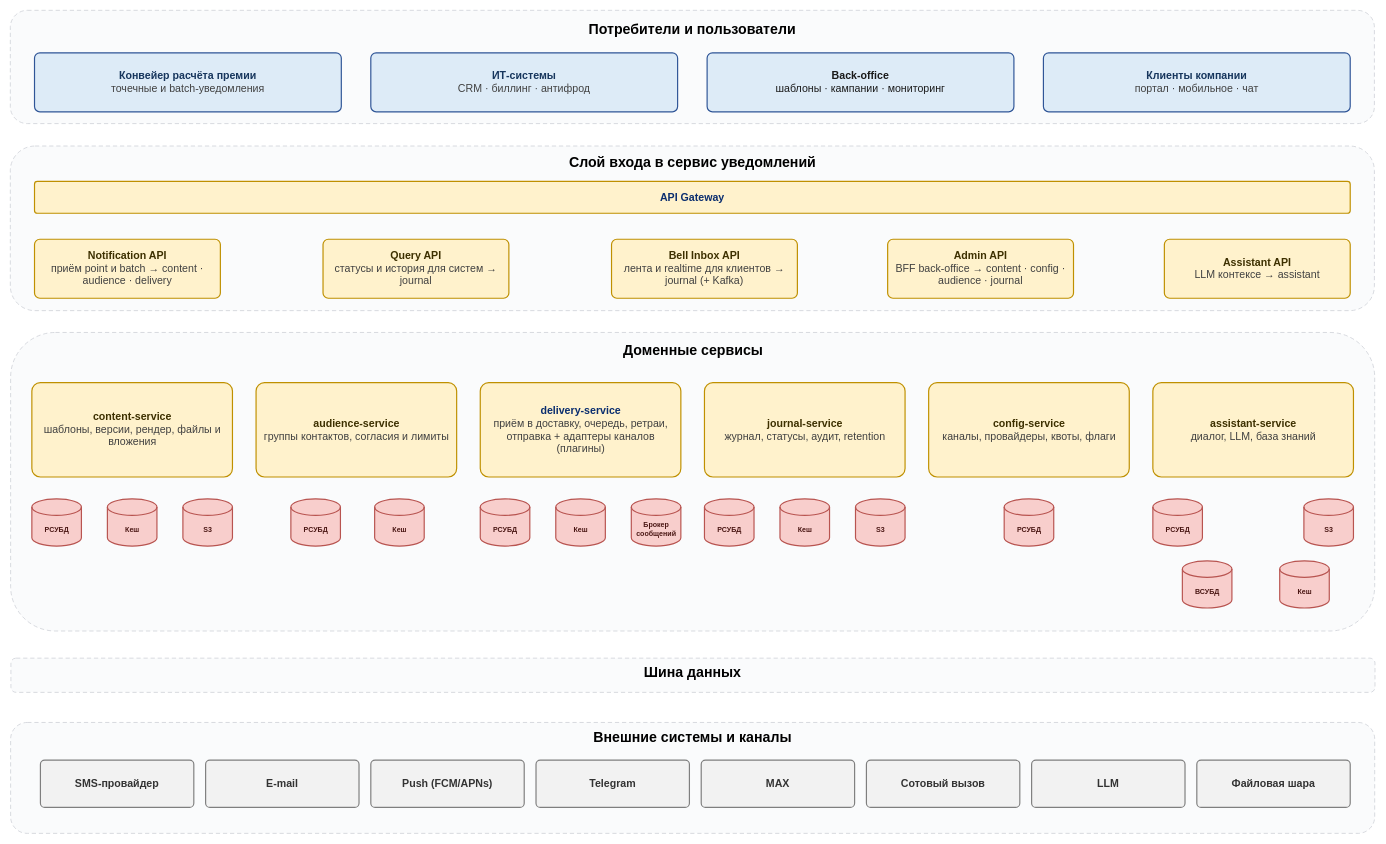
Earlier version of the draw.io diagram состав_системы_1_1.drawio (MikhailNv/sa-seminar). Source tidied: cells renumbered, new cells numbered last; positions are measured from the earlier drawing's top-left corner, leaving out a move shared by most shapes. Both pictures are drawn from the tidied source at 59%, with x=0, y=0 at pixel (10, 10).
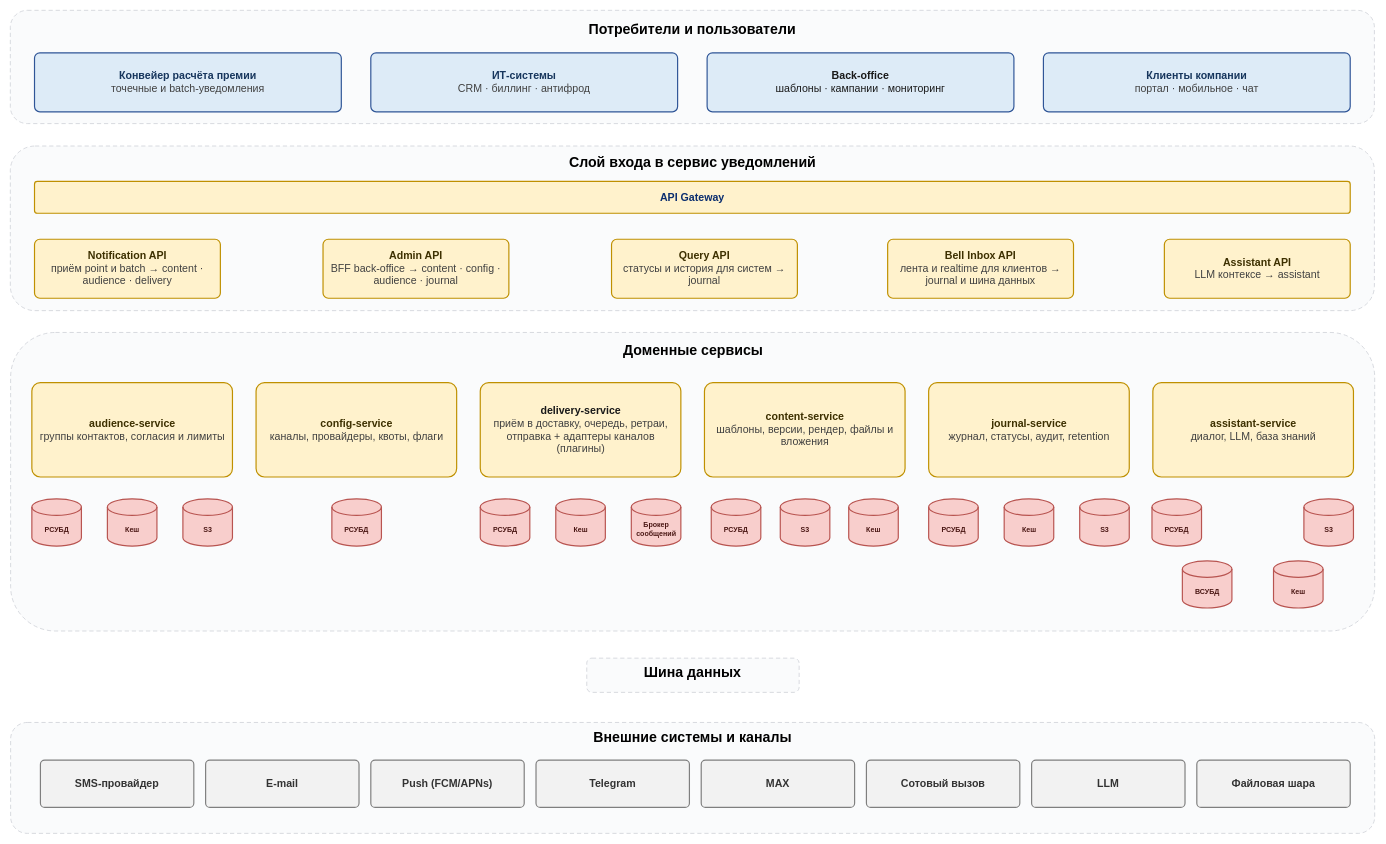
The same diagram, later.

Commit message:
Исправил взаимное расположение блоков относительно схемы 1.2

The edit, as a diff of the source:
```diff
@@
-    <mxCell id="12" value="&lt;font style=&quot;font-size: 18px;&quot;&gt;Query API&lt;br&gt;&lt;span style=&quot;font-weight: normal; color: rgb(64, 64, 64);&quot;&gt;статусы и история для систем → journal&lt;/span&gt;&lt;/font&gt;" style="rounded=1;arcSize=9;whiteSpace=wrap;html=1;fillColor=#FFF2CC;strokeColor=#BF9000;strokeWidth=2;fontColor=#3D3000;fontSize=12.5;fontStyle=1;align=center;verticalAlign=middle;spacing=4;" parent="1" vertex="1">
+    <mxCell id="12" value="&lt;span style=&quot;font-size: 18px;&quot;&gt;Admin API&lt;/span&gt;&lt;br&gt;&lt;div&gt;&lt;font style=&quot;font-size: 18px;&quot;&gt;&lt;span style=&quot;font-weight: normal; color: rgb(64, 64, 64);&quot;&gt;&lt;span style=&quot;color: rgb(64, 64, 64);&quot;&gt;BFF back-office → content · config · audience · journal&lt;/span&gt;&lt;br&gt;&lt;/span&gt;&lt;/font&gt;&lt;/div&gt;" style="rounded=1;arcSize=9;whiteSpace=wrap;html=1;fillColor=#FFF2CC;strokeColor=#BF9000;strokeWidth=2;fontColor=#3D3000;fontSize=12.5;fontStyle=1;align=center;verticalAlign=middle;spacing=4;" parent="1" vertex="1">
       <mxGeometry x="530" y="388" width="315" height="100" as="geometry" />
     </mxCell>
-    <mxCell id="13" value="&lt;font style=&quot;font-size: 18px;&quot;&gt;Bell Inbox API&lt;br&gt;&lt;span style=&quot;font-weight: normal; color: rgb(64, 64, 64);&quot;&gt;лента и realtime для клиентов → journal (+ Kafka)&lt;/span&gt;&lt;/font&gt;" style="rounded=1;arcSize=9;whiteSpace=wrap;html=1;fillColor=#FFF2CC;strokeColor=#BF9000;strokeWidth=2;fontColor=#3D3000;fontSize=12.5;fontStyle=1;align=center;verticalAlign=middle;spacing=4;" parent="1" vertex="1">
+    <mxCell id="13" value="&lt;span style=&quot;font-size: 18px;&quot;&gt;Query API&lt;/span&gt;&lt;br style=&quot;font-size: 18px;&quot;&gt;&lt;span style=&quot;font-size: 18px; font-weight: normal; color: rgb(64, 64, 64);&quot;&gt;статусы и история для систем → journal&lt;/span&gt;" style="rounded=1;arcSize=9;whiteSpace=wrap;html=1;fillColor=#FFF2CC;strokeColor=#BF9000;strokeWidth=2;fontColor=#3D3000;fontSize=12.5;fontStyle=1;align=center;verticalAlign=middle;spacing=4;" parent="1" vertex="1">
       <mxGeometry x="1019" y="388" width="315" height="100" as="geometry" />
     </mxCell>
-    <mxCell id="14" value="&lt;font style=&quot;font-size: 18px;&quot;&gt;Admin API&lt;br&gt;&lt;span style=&quot;font-weight: normal; color: rgb(64, 64, 64);&quot;&gt;BFF back-office → content · config · audience · journal&lt;/span&gt;&lt;/font&gt;" style="rounded=1;arcSize=9;whiteSpace=wrap;html=1;fillColor=#FFF2CC;strokeColor=#BF9000;strokeWidth=2;fontColor=#3D3000;fontSize=12.5;fontStyle=1;align=center;verticalAlign=middle;spacing=4;" parent="1" vertex="1">
+    <mxCell id="14" value="&lt;span style=&quot;font-size: 18px;&quot;&gt;Bell Inbox API&lt;/span&gt;&lt;br&gt;&lt;div&gt;&lt;font style=&quot;font-size: 18px;&quot;&gt;&lt;span style=&quot;font-weight: normal; color: rgb(64, 64, 64);&quot;&gt;&lt;span style=&quot;color: rgb(64, 64, 64);&quot;&gt;лента и realtime для клиентов → journal и шина данных&lt;/span&gt;&lt;br&gt;&lt;/span&gt;&lt;/font&gt;&lt;/div&gt;" style="rounded=1;arcSize=9;whiteSpace=wrap;html=1;fillColor=#FFF2CC;strokeColor=#BF9000;strokeWidth=2;fontColor=#3D3000;fontSize=12.5;fontStyle=1;align=center;verticalAlign=middle;spacing=4;" parent="1" vertex="1">
       <mxGeometry x="1487" y="388" width="315" height="100" as="geometry" />
     </mxCell>
-    <mxCell id="15" value="&lt;font style=&quot;font-size: 18px;&quot;&gt;content-service&lt;br&gt;&lt;span style=&quot;font-weight: normal; color: rgb(64, 64, 64);&quot;&gt;шаблоны, версии, рендер, файлы и вложения&lt;/span&gt;&lt;/font&gt;" style="rounded=1;arcSize=9;whiteSpace=wrap;html=1;fillColor=#FFF2CC;strokeColor=#BF9000;strokeWidth=2;fontColor=#3D3000;fontSize=12.0;fontStyle=1;align=center;verticalAlign=middle;spacing=4;" parent="1" vertex="1">
+    <mxCell id="15" value="&lt;div&gt;&lt;font style=&quot;font-size: 18px;&quot;&gt;&lt;span style=&quot;font-weight: normal; color: rgb(64, 64, 64);&quot;&gt;&lt;span style=&quot;color: rgb(61, 48, 0); font-weight: bold;&quot;&gt;audience-service&lt;/span&gt;&lt;br&gt;&lt;/span&gt;&lt;/font&gt;&lt;/div&gt;&lt;span style=&quot;font-size: 18px; font-weight: normal; color: rgb(64, 64, 64);&quot;&gt;группы контактов, согласия и лимиты&lt;/span&gt;" style="rounded=1;arcSize=9;whiteSpace=wrap;html=1;fillColor=#FFF2CC;strokeColor=#BF9000;strokeWidth=2;fontColor=#3D3000;fontSize=12.0;fontStyle=1;align=center;verticalAlign=middle;spacing=4;" parent="1" vertex="1">
       <mxGeometry x="36.5" y="631" width="340" height="160" as="geometry" />
     </mxCell>
-    <mxCell id="16" value="&lt;font style=&quot;font-size: 18px;&quot;&gt;audience-service&lt;br&gt;&lt;span style=&quot;font-weight: normal; color: rgb(64, 64, 64);&quot;&gt;группы контактов, согласия и лимиты&lt;/span&gt;&lt;/font&gt;" style="rounded=1;arcSize=9;whiteSpace=wrap;html=1;fillColor=#FFF2CC;strokeColor=#BF9000;strokeWidth=2;fontColor=#3D3000;fontSize=12.0;fontStyle=1;align=center;verticalAlign=middle;spacing=4;" parent="1" vertex="1">
+    <mxCell id="16" value="&lt;span style=&quot;font-size: 18px;&quot;&gt;config-service&lt;/span&gt;&lt;br&gt;&lt;div&gt;&lt;font style=&quot;font-size: 18px;&quot;&gt;&lt;span style=&quot;font-weight: normal; color: rgb(64, 64, 64);&quot;&gt;&lt;span style=&quot;color: rgb(64, 64, 64);&quot;&gt;каналы, провайдеры, квоты, флаги&lt;/span&gt;&lt;/span&gt;&lt;/font&gt;&lt;/div&gt;" style="rounded=1;arcSize=9;whiteSpace=wrap;html=1;fillColor=#FFF2CC;strokeColor=#BF9000;strokeWidth=2;fontColor=#3D3000;fontSize=12.0;fontStyle=1;align=center;verticalAlign=middle;spacing=4;" parent="1" vertex="1">
       <mxGeometry x="416.5" y="631" width="340" height="160" as="geometry" />
     </mxCell>
-    <mxCell id="17" value="&lt;font style=&quot;font-size: 18px;&quot;&gt;delivery-service&lt;br&gt;&lt;span style=&quot;font-weight: normal; color: rgb(64, 64, 64);&quot;&gt;приём в доставку, очередь, ретраи, отправка + адаптеры каналов (плагины)&lt;/span&gt;&lt;/font&gt;" style="rounded=1;arcSize=9;whiteSpace=wrap;html=1;fillColor=#FFF2CC;strokeColor=#BF9000;strokeWidth=2;fontColor=#0B2E6F;fontSize=12.0;fontStyle=1;align=center;verticalAlign=middle;spacing=4;" parent="1" vertex="1">
+    <mxCell id="17" value="&lt;font style=&quot;font-size: 18px;&quot;&gt;&lt;span style=&quot;color: rgb(26, 26, 26);&quot;&gt;delivery-service&lt;br&gt;&lt;/span&gt;&lt;span style=&quot;font-weight: normal; color: rgb(64, 64, 64);&quot;&gt;приём в доставку, очередь, ретраи, отправка + адаптеры каналов (плагины)&lt;/span&gt;&lt;/font&gt;" style="rounded=1;arcSize=9;whiteSpace=wrap;html=1;fillColor=#FFF2CC;strokeColor=#BF9000;strokeWidth=2;fontColor=#0B2E6F;fontSize=12.0;fontStyle=1;align=center;verticalAlign=middle;spacing=4;" parent="1" vertex="1">
       <mxGeometry x="796.5" y="631" width="340" height="160" as="geometry" />
     </mxCell>
-    <mxCell id="18" value="&lt;font style=&quot;font-size: 18px;&quot;&gt;journal-service&lt;br&gt;&lt;span style=&quot;font-weight: normal; color: rgb(64, 64, 64);&quot;&gt;журнал, статусы, аудит, retention&lt;/span&gt;&lt;/font&gt;" style="rounded=1;arcSize=9;whiteSpace=wrap;html=1;fillColor=#FFF2CC;strokeColor=#BF9000;strokeWidth=2;fontColor=#3D3000;fontSize=12.0;fontStyle=1;align=center;verticalAlign=middle;spacing=4;" parent="1" vertex="1">
+    <mxCell id="18" value="&lt;div&gt;&lt;span style=&quot;font-size: 18px;&quot;&gt;content-service&lt;/span&gt;&lt;br&gt;&lt;/div&gt;&lt;div&gt;&lt;span style=&quot;font-size: 18px; font-weight: normal; color: rgb(64, 64, 64);&quot;&gt;&lt;span style=&quot;color: rgb(64, 64, 64);&quot;&gt;шаблоны, версии, рендер, файлы и вложения&lt;/span&gt;&lt;br&gt;&lt;/span&gt;&lt;/div&gt;" style="rounded=1;arcSize=9;whiteSpace=wrap;html=1;fillColor=#FFF2CC;strokeColor=#BF9000;strokeWidth=2;fontColor=#3D3000;fontSize=12.0;fontStyle=1;align=center;verticalAlign=middle;spacing=4;" parent="1" vertex="1">
       <mxGeometry x="1176.5" y="631" width="340" height="160" as="geometry" />
     </mxCell>
-    <mxCell id="19" value="&lt;font style=&quot;font-size: 18px;&quot;&gt;config-service&lt;br&gt;&lt;span style=&quot;font-weight: normal; color: rgb(64, 64, 64);&quot;&gt;каналы, провайдеры, квоты, флаги&lt;/span&gt;&lt;/font&gt;" style="rounded=1;arcSize=9;whiteSpace=wrap;html=1;fillColor=#FFF2CC;strokeColor=#BF9000;strokeWidth=2;fontColor=#3D3000;fontSize=12.0;fontStyle=1;align=center;verticalAlign=middle;spacing=4;" parent="1" vertex="1">
+    <mxCell id="19" value="&lt;span style=&quot;font-size: 18px;&quot;&gt;journal-service&lt;/span&gt;&lt;br style=&quot;font-size: 18px;&quot;&gt;&lt;span style=&quot;font-size: 18px; font-weight: normal; color: rgb(64, 64, 64);&quot;&gt;журнал, статусы, аудит, retention&lt;/span&gt;" style="rounded=1;arcSize=9;whiteSpace=wrap;html=1;fillColor=#FFF2CC;strokeColor=#BF9000;strokeWidth=2;fontColor=#3D3000;fontSize=12.0;fontStyle=1;align=center;verticalAlign=middle;spacing=4;" parent="1" vertex="1">
       <mxGeometry x="1556.5" y="631" width="340" height="160" as="geometry" />
     </mxCell>
@@
     <mxCell id="36" value="&lt;font style=&quot;font-size: 12px;&quot;&gt;РСУБД&lt;/font&gt;" style="shape=cylinder3;boundedLbl=1;backgroundOutline=1;size=14;whiteSpace=wrap;html=1;fillColor=#F8CECC;strokeColor=#B85450;strokeWidth=2;fontColor=#4A1714;fontSize=10.5;fontStyle=1;align=center;verticalAlign=middle;" parent="1" vertex="1">
-      <mxGeometry x="475.5" y="828" width="84" height="80" as="geometry" />
+      <mxGeometry x="545" y="828" width="84" height="80" as="geometry" />
     </mxCell>
-    <mxCell id="37" value="&lt;font style=&quot;font-size: 12px;&quot;&gt;Кеш&lt;/font&gt;" style="shape=cylinder3;boundedLbl=1;backgroundOutline=1;size=14;whiteSpace=wrap;html=1;fillColor=#F8CECC;strokeColor=#B85450;strokeWidth=2;fontColor=#4A1714;fontSize=10.5;fontStyle=1;align=center;verticalAlign=middle;" parent="1" vertex="1">
-      <mxGeometry x="617.5" y="828" width="84" height="80" as="geometry" />
-    </mxCell>
@@
     <mxCell id="41" value="&lt;font style=&quot;font-size: 12px;&quot;&gt;РСУБД&lt;/font&gt;" style="shape=cylinder3;boundedLbl=1;backgroundOutline=1;size=14;whiteSpace=wrap;html=1;fillColor=#F8CECC;strokeColor=#B85450;strokeWidth=2;fontColor=#4A1714;fontSize=10.5;fontStyle=1;align=center;verticalAlign=middle;" parent="1" vertex="1">
-      <mxGeometry x="1176.5" y="828" width="84" height="80" as="geometry" />
+      <mxGeometry x="1556.5" y="828" width="84" height="80" as="geometry" />
     </mxCell>
     <mxCell id="42" value="&lt;font style=&quot;font-size: 12px;&quot;&gt;Кеш&lt;/font&gt;" style="shape=cylinder3;boundedLbl=1;backgroundOutline=1;size=14;whiteSpace=wrap;html=1;fillColor=#F8CECC;strokeColor=#B85450;strokeWidth=2;fontColor=#4A1714;fontSize=10.5;fontStyle=1;align=center;verticalAlign=middle;" parent="1" vertex="1">
-      <mxGeometry x="1304.5" y="828" width="84" height="80" as="geometry" />
+      <mxGeometry x="1684.5" y="828" width="84" height="80" as="geometry" />
     </mxCell>
     <mxCell id="43" value="&lt;font style=&quot;font-size: 12px;&quot;&gt;S3&lt;/font&gt;" style="shape=cylinder3;boundedLbl=1;backgroundOutline=1;size=14;whiteSpace=wrap;html=1;fillColor=#F8CECC;strokeColor=#B85450;strokeWidth=2;fontColor=#4A1714;fontSize=10.5;fontStyle=1;align=center;verticalAlign=middle;" parent="1" vertex="1">
-      <mxGeometry x="1432.5" y="828" width="84" height="80" as="geometry" />
+      <mxGeometry x="1812.5" y="828" width="84" height="80" as="geometry" />
     </mxCell>
     <mxCell id="44" value="&lt;font style=&quot;font-size: 12px;&quot;&gt;РСУБД&lt;/font&gt;" style="shape=cylinder3;boundedLbl=1;backgroundOutline=1;size=14;whiteSpace=wrap;html=1;fillColor=#F8CECC;strokeColor=#B85450;strokeWidth=2;fontColor=#4A1714;fontSize=10.5;fontStyle=1;align=center;verticalAlign=middle;" parent="1" vertex="1">
-      <mxGeometry x="1684.5" y="828" width="84" height="80" as="geometry" />
+      <mxGeometry x="1188" y="828" width="84" height="80" as="geometry" />
     </mxCell>
     <mxCell id="45" value="&lt;font style=&quot;font-size: 12px;&quot;&gt;РСУБД&lt;/font&gt;" style="shape=cylinder3;boundedLbl=1;backgroundOutline=1;size=14;whiteSpace=wrap;html=1;fillColor=#F8CECC;strokeColor=#B85450;strokeWidth=2;fontColor=#4A1714;fontSize=10.5;fontStyle=1;align=center;verticalAlign=middle;" parent="1" vertex="1">
-      <mxGeometry x="1936.5" y="828" width="84" height="80" as="geometry" />
+      <mxGeometry x="1935" y="828" width="84" height="80" as="geometry" />
     </mxCell>
@@
     <mxCell id="48" value="&lt;font style=&quot;font-size: 12px;&quot;&gt;Кеш&lt;/font&gt;" style="shape=cylinder3;boundedLbl=1;backgroundOutline=1;size=14;whiteSpace=wrap;html=1;fillColor=#F8CECC;strokeColor=#B85450;strokeWidth=2;fontColor=#4A1714;fontSize=10.5;fontStyle=1;align=center;verticalAlign=middle;" parent="1" vertex="1">
-      <mxGeometry x="2151.5" y="933" width="84" height="80" as="geometry" />
+      <mxGeometry x="2141" y="933" width="84" height="80" as="geometry" />
     </mxCell>
@@
     <mxCell id="50" style="rounded=1;whiteSpace=wrap;html=1;fillColor=#FAFBFC;strokeColor=#C9CDD3;dashed=1;dashPattern=6 4;strokeWidth=1.2;" parent="1" vertex="1">
-      <mxGeometry x="1" y="1098" width="2312" height="58" as="geometry" />
+      <mxGeometry x="977" y="1098" width="360" height="58" as="geometry" />
     </mxCell>
@@
+    <mxCell id="37" value="&lt;font style=&quot;font-size: 12px;&quot;&gt;Кеш&lt;/font&gt;" style="shape=cylinder3;boundedLbl=1;backgroundOutline=1;size=14;whiteSpace=wrap;html=1;fillColor=#F8CECC;strokeColor=#B85450;strokeWidth=2;fontColor=#4A1714;fontSize=10.5;fontStyle=1;align=center;verticalAlign=middle;" parent="1" vertex="1">
+      <mxGeometry x="1421" y="828" width="84" height="80" as="geometry" />
+    </mxCell>
+    <mxCell id="52" value="&lt;font style=&quot;font-size: 12px;&quot;&gt;S3&lt;/font&gt;" style="shape=cylinder3;boundedLbl=1;backgroundOutline=1;size=14;whiteSpace=wrap;html=1;fillColor=#F8CECC;strokeColor=#B85450;strokeWidth=2;fontColor=#4A1714;fontSize=10.5;fontStyle=1;align=center;verticalAlign=middle;" parent="1" vertex="1">
+      <mxGeometry x="1305" y="828" width="84" height="80" as="geometry" />
+    </mxCell>
```
